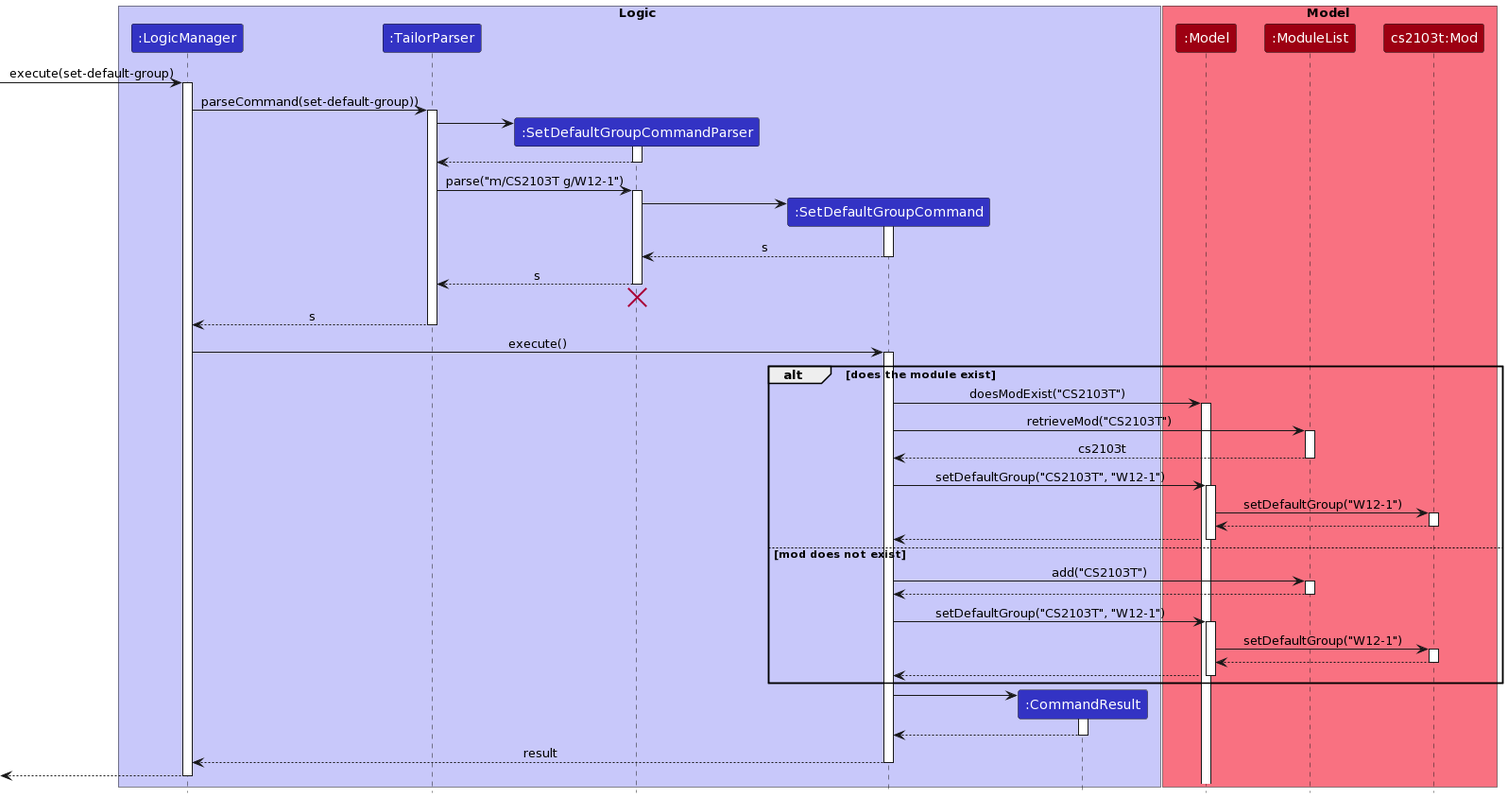
Above: docs/images/SetDefaultSequenceDiagram.png in s7manth/tp (PlantUML), before the change. Source of this version:
```plantuml
@startuml



!define UI_COLOR #1D8900
!define UI_COLOR_T1 #83E769
!define UI_COLOR_T2 #3FC71B
!define UI_COLOR_T3 #166800
!define UI_COLOR_T4 #0E4100

!define LOGIC_COLOR #3333C4
!define LOGIC_COLOR_T1 #C8C8FA
!define LOGIC_COLOR_T2 #6A6ADC
!define LOGIC_COLOR_T3 #1616B0
!define LOGIC_COLOR_T4 #101086

!define MODEL_COLOR #9D0012
!define MODEL_COLOR_T1 #F97181
!define MODEL_COLOR_T2 #E41F36
!define MODEL_COLOR_T3 #7B000E
!define MODEL_COLOR_T4 #51000A

!define STORAGE_COLOR #A38300
!define STORAGE_COLOR_T1 #FFE374
!define STORAGE_COLOR_T2 #EDC520
!define STORAGE_COLOR_T3 #806600
!define STORAGE_COLOR_T2 #544400

!define USER_COLOR #000000

skinparam BackgroundColor #FFFFFFF

skinparam Shadowing false

skinparam Class {
    FontColor #FFFFFF
    BorderThickness 1
    BorderColor #FFFFFF
    StereotypeFontColor #FFFFFF
    FontName Arial
}

skinparam Actor {
    BorderColor USER_COLOR
    Color USER_COLOR
    FontName Arial
}

skinparam Sequence {
    MessageAlign center
    BoxFontSize 15
    BoxPadding 0
    BoxFontColor #FFFFFF
    FontName Arial
}

skinparam Participant {
    FontColor #FFFFFFF
    Padding 20
}

skinparam MinClassWidth 50
skinparam ParticipantPadding 10
skinparam Shadowing false
skinparam DefaultTextAlignment center
skinparam packageStyle Rectangle

hide footbox
hide members
hide circle




box Logic LOGIC_COLOR_T1
participant ":LogicManager" as LogicManager LOGIC_COLOR
participant ":TailorParser" as TailorParser LOGIC_COLOR
participant ":SetDefaultGroupCommandParser" as SetDefaultGroupCommandParser LOGIC_COLOR
participant ":SetDefaultGroupCommand" as SetDefaultGroupCommand LOGIC_COLOR
participant ":CommandResult" as CommandResult LOGIC_COLOR
end box

box Model MODEL_COLOR_T1
participant ":Model" as Model MODEL_COLOR
participant ":ModuleList" as ModuleList MODEL_COLOR
participant "cs2103t:Mod" as Mod MODEL_COLOR
end box

[-> LogicManager : execute(set-default-group)
activate LogicManager

LogicManager -> TailorParser : parseCommand(set-default-group))
activate TailorParser

create SetDefaultGroupCommandParser
TailorParser -> SetDefaultGroupCommandParser
activate SetDefaultGroupCommandParser

SetDefaultGroupCommandParser --> TailorParser
deactivate SetDefaultGroupCommandParser

TailorParser -> SetDefaultGroupCommandParser : parse("m/CS2103T g/W12-1")
activate SetDefaultGroupCommandParser

create SetDefaultGroupCommand
SetDefaultGroupCommandParser -> SetDefaultGroupCommand
activate SetDefaultGroupCommand

SetDefaultGroupCommand --> SetDefaultGroupCommandParser : s
deactivate SetDefaultGroupCommand

SetDefaultGroupCommandParser --> TailorParser : s
deactivate SetDefaultGroupCommandParser
SetDefaultGroupCommandParser -[hidden]-> TailorParser
destroy SetDefaultGroupCommandParser

TailorParser --> LogicManager : s
deactivate TailorParser

LogicManager -> SetDefaultGroupCommand : execute()
activate SetDefaultGroupCommand

alt does the module exist
    SetDefaultGroupCommand -> Model : doesModExist("CS2103T")
    activate Model

    SetDefaultGroupCommand -> ModuleList : retrieveMod("CS2103T")
    activate ModuleList

    ModuleList --> SetDefaultGroupCommand : cs2103t
    deactivate ModuleList

    SetDefaultGroupCommand -> Model : setDefaultGroup("CS2103T", "W12-1")
    activate Model

    Model -> Mod : setDefaultGroup("W12-1")
    activate Mod

    Mod --> Model
    deactivate Mod

    Model --> SetDefaultGroupCommand
    deactivate Model

else mod does not exist
    SetDefaultGroupCommand -> ModuleList : add("CS2103T")
    activate ModuleList

    ModuleList --> SetDefaultGroupCommand
    deactivate ModuleList

        SetDefaultGroupCommand -> Model : setDefaultGroup("CS2103T", "W12-1")
        activate Model

        Model -> Mod : setDefaultGroup("W12-1")
        activate Mod

        Mod --> Model
        deactivate Mod

        Model --> SetDefaultGroupCommand
        deactivate Model
end

create CommandResult
SetDefaultGroupCommand -> CommandResult
activate CommandResult

CommandResult --> SetDefaultGroupCommand
deactivate CommandResult

SetDefaultGroupCommand --> LogicManager : result
deactivate SetDefaultGroupCommand

[<--LogicManager
deactivate LogicManager
@enduml
```
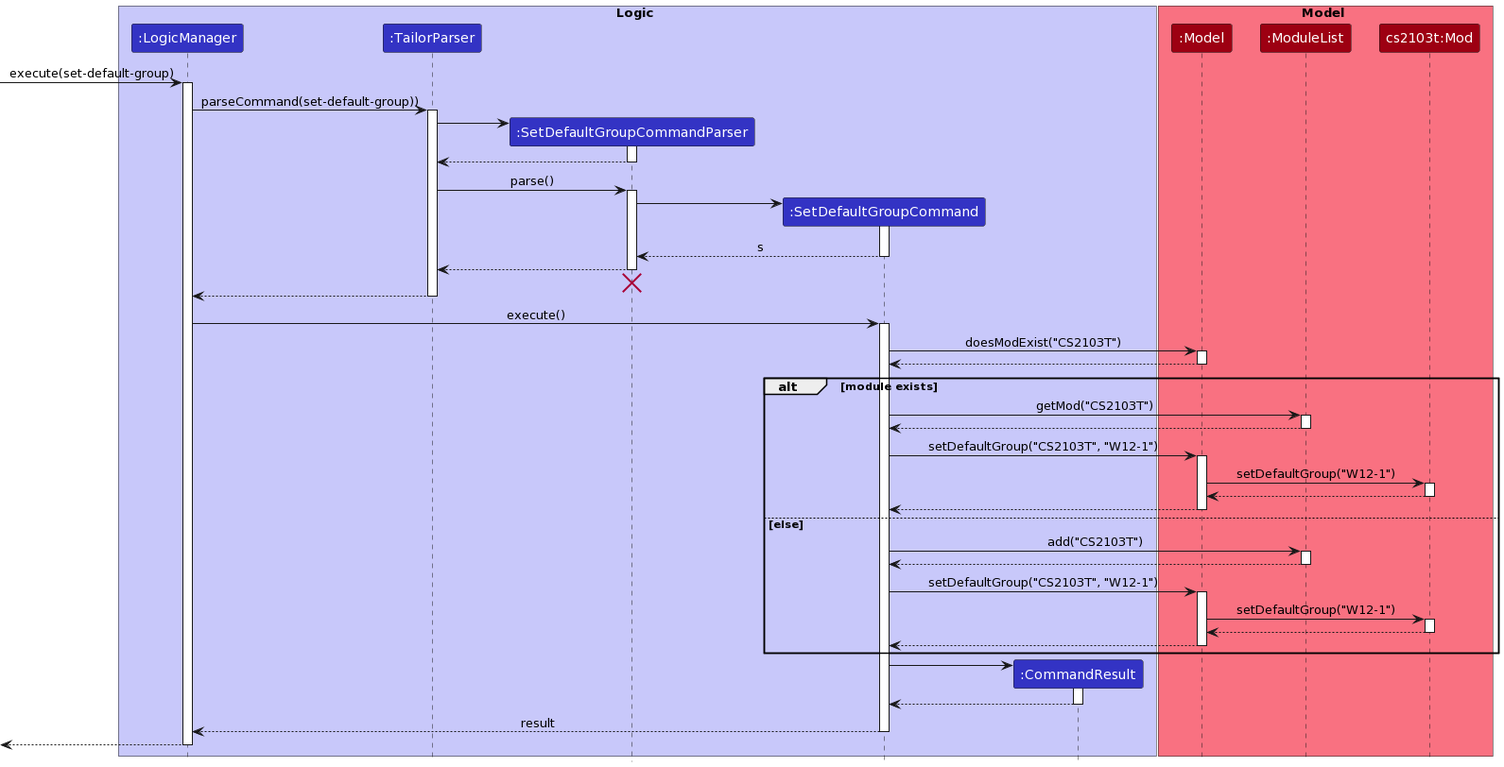
After the change.

Commit message:
fix UML diagram's formatting errors. Also fix minute details in the UG and DG

Diff of the diagram source:
```diff
@@ -72,6 +72,7 @@
 
 
 
+
 box Logic LOGIC_COLOR_T1
 participant ":LogicManager" as LogicManager LOGIC_COLOR
 participant ":TailorParser" as TailorParser LOGIC_COLOR
@@ -99,7 +100,7 @@
 SetDefaultGroupCommandParser --> TailorParser
 deactivate SetDefaultGroupCommandParser
 
-TailorParser -> SetDefaultGroupCommandParser : parse("m/CS2103T g/W12-1")
+TailorParser -> SetDefaultGroupCommandParser : parse()
 activate SetDefaultGroupCommandParser
 
 create SetDefaultGroupCommand
@@ -109,25 +110,28 @@
 SetDefaultGroupCommand --> SetDefaultGroupCommandParser : s
 deactivate SetDefaultGroupCommand
 
-SetDefaultGroupCommandParser --> TailorParser : s
+SetDefaultGroupCommandParser --> TailorParser
 deactivate SetDefaultGroupCommandParser
 SetDefaultGroupCommandParser -[hidden]-> TailorParser
 destroy SetDefaultGroupCommandParser
 
-TailorParser --> LogicManager : s
+TailorParser --> LogicManager
 deactivate TailorParser
 
 LogicManager -> SetDefaultGroupCommand : execute()
 activate SetDefaultGroupCommand
 
-alt does the module exist
-    SetDefaultGroupCommand -> Model : doesModExist("CS2103T")
-    activate Model
+SetDefaultGroupCommand -> Model : doesModExist("CS2103T")
+activate Model
 
-    SetDefaultGroupCommand -> ModuleList : retrieveMod("CS2103T")
+Model --> SetDefaultGroupCommand :
+deactivate Model
+
+alt module exists
+    SetDefaultGroupCommand -> ModuleList : getMod("CS2103T")
     activate ModuleList
 
-    ModuleList --> SetDefaultGroupCommand : cs2103t
+    ModuleList --> SetDefaultGroupCommand :
     deactivate ModuleList
 
     SetDefaultGroupCommand -> Model : setDefaultGroup("CS2103T", "W12-1")
@@ -142,7 +146,7 @@
     Model --> SetDefaultGroupCommand
     deactivate Model
 
-else mod does not exist
+else else
     SetDefaultGroupCommand -> ModuleList : add("CS2103T")
     activate ModuleList
 
```
